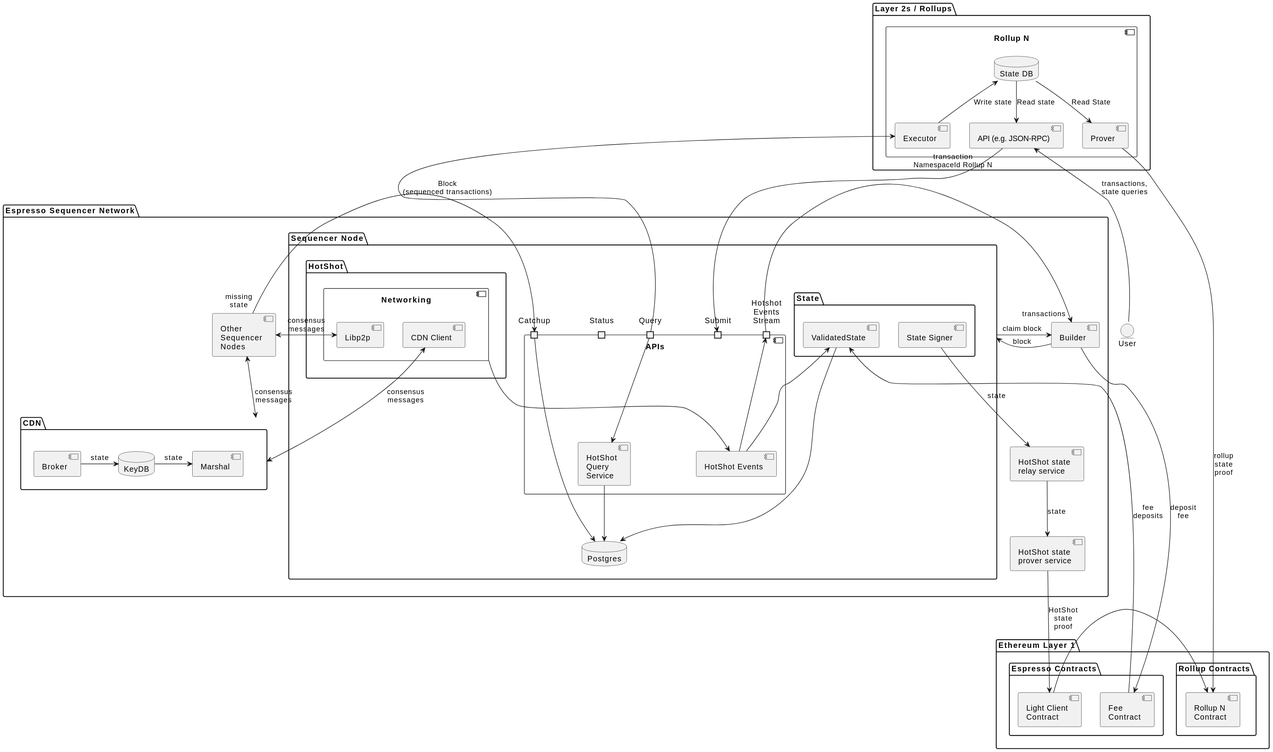
Before: doc/architecture.svg, a diagram exported from PlantUML (EspressoSystems/espresso-sequencer).
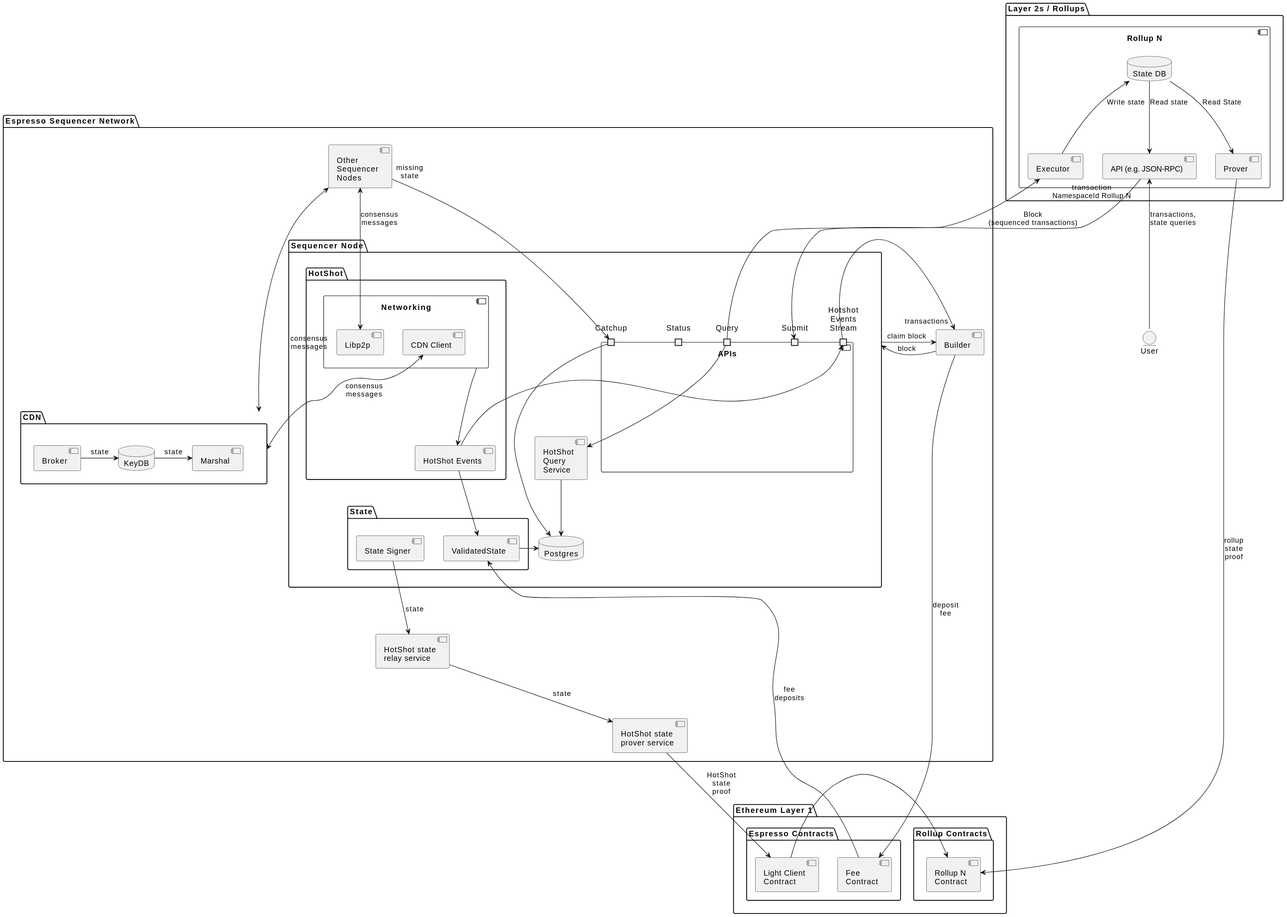
The same file after the commit.

Commit message:
Add Hotshot Events in Hotshot package

Change to the diagram source:
```diff
@@ -19,14 +19,14 @@
             port Submit
             port Query
             port "Hotshot\nEvents\nStream" as EventsStream
-            component "HotShot\nQuery\nService" as QS
-            component "HotShot Events" as Events
         }
+        component "HotShot\nQuery\nService" as QS
         package HotShot {
             component "Networking"{
                 component Libp2p
                 component "CDN Client"
             }
+            component "HotShot Events" as Events
         }
 
         package State as State {
@@ -40,7 +40,7 @@
     Query --> QS
 }
 
-Nodes -up-> Catchup: "missing\nstate" " "
+Nodes -> Catchup: "missing\nstate" " "
 Nodes <--> Libp2p: consensus\nmessages
 "CDN Client" <--> CDN: consensus\nmessages
 
@@ -50,7 +50,7 @@
 Relay --> HSProver: state
 
 Events -up-> EventsStream
-Events -up-> Validated
+Events -down-> Validated
 Networking -down-> Events
 EventsStream -> Builder: " " "transactions"
 Validated -> DB
```
